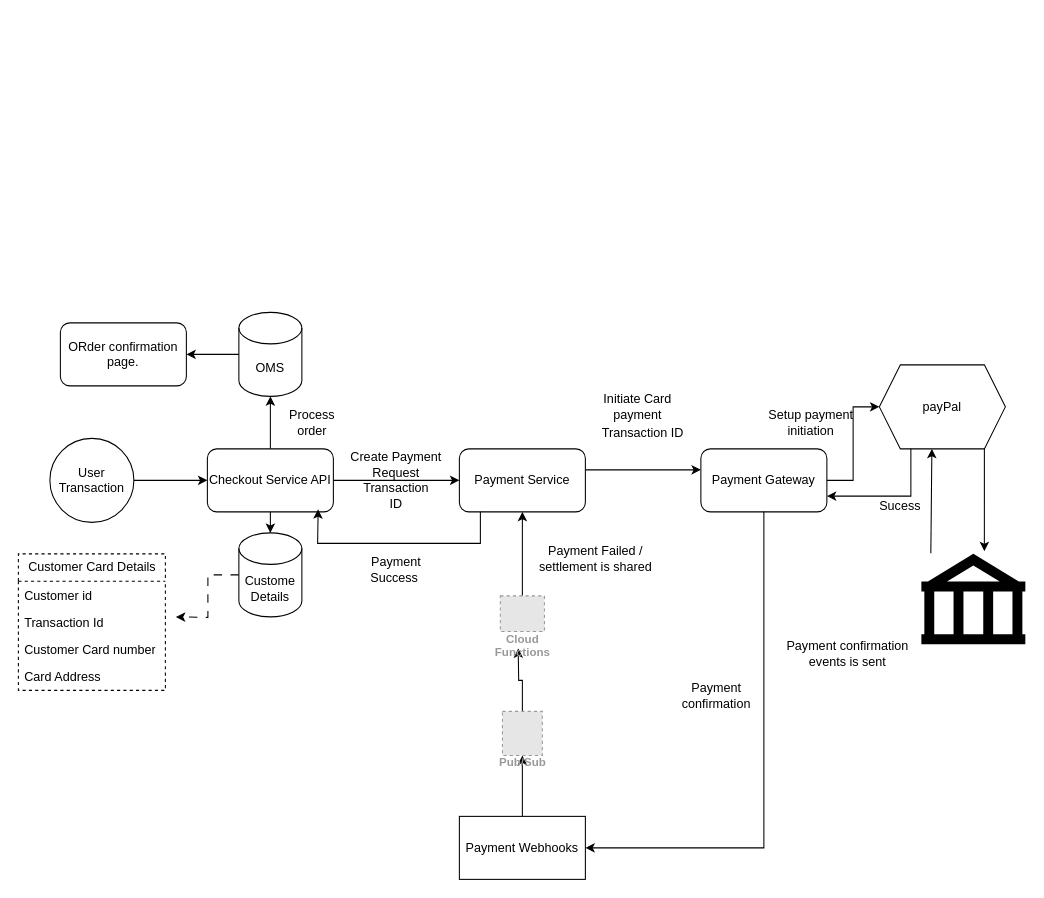
Above: Payment.drawio in chkamal2006/FlowChart (draw.io), before the change. Source tidied: cells renumbered, new cells numbered last; positions are measured from the earlier drawing's top-left corner, leaving out a move shared by most shapes. Both pictures are drawn from the tidied source at 105%, with x=0, y=0 at pixel (18, 312). Pictures stored in the file or linked from it are replaced by grey dashed boxes.
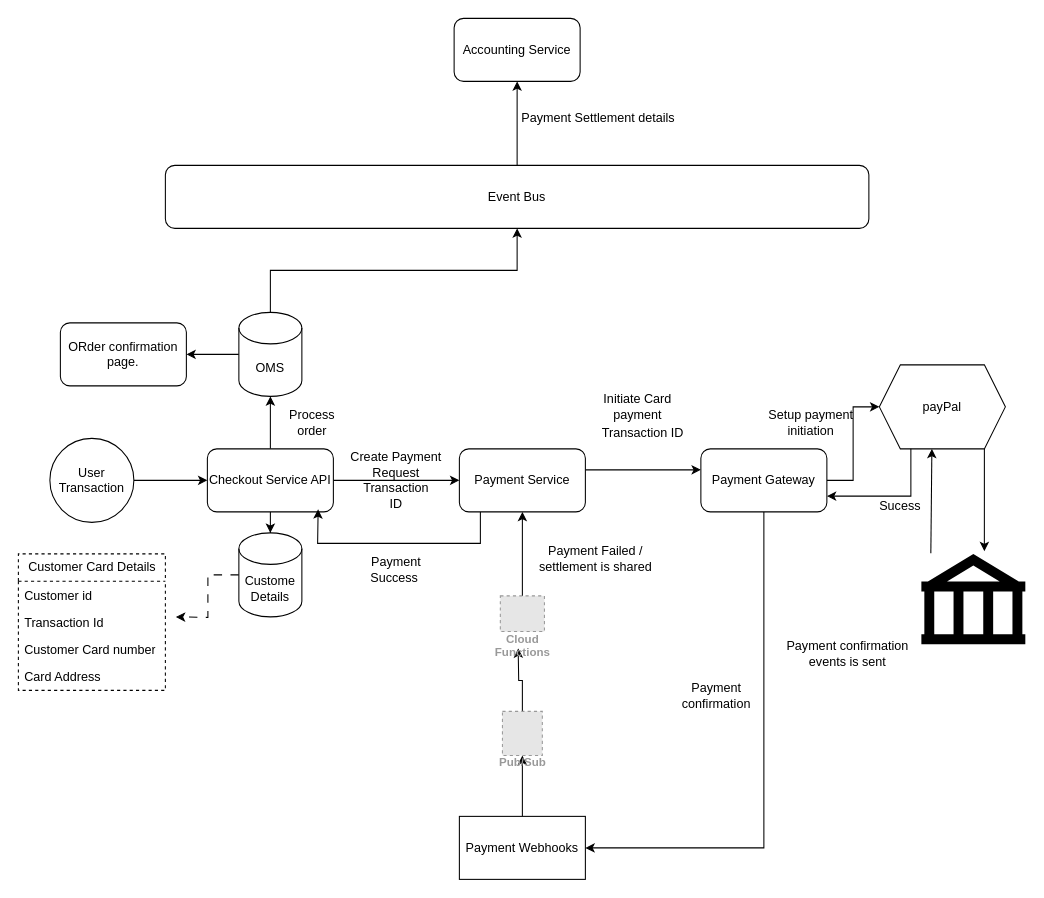
Above is the later version.

Unchanged cells that the change refers to:
```xml
<mxCell id="42" value="OMS" style="shape=cylinder3;whiteSpace=wrap;html=1;boundedLbl=1;backgroundOutline=1;size=15;" parent="1" vertex="1">
  <mxGeometry x="210" width="60" height="80" as="geometry" />
</mxCell>
```

Diff of the diagram source:
```diff
@@
+    <mxCell id="46" style="edgeStyle=orthogonalEdgeStyle;rounded=0;jettySize=auto;html=1;" parent="1" edge="1" source="42" target="48">
+      <mxGeometry relative="1" as="geometry" />
+    </mxCell>
@@
+    <mxCell id="47" style="edgeStyle=orthogonalEdgeStyle;rounded=0;jettySize=auto;html=1;" parent="1" edge="1" source="48" target="49">
+      <mxGeometry relative="1" as="geometry" />
+    </mxCell>
+    <mxCell id="48" value="Event Bus" style="rounded=1;whiteSpace=wrap;html=1;" parent="1" vertex="1">
+      <mxGeometry x="140" y="-140" width="670" height="60" as="geometry" />
+    </mxCell>
+    <mxCell id="49" value="Accounting Service" style="whiteSpace=wrap;html=1;rounded=1;" parent="1" vertex="1">
+      <mxGeometry x="415" y="-280" width="120" height="60" as="geometry" />
+    </mxCell>
+    <mxCell id="50" value="Payment Settlement details" style="text;html=1;strokeColor=none;fillColor=none;align=center;verticalAlign=middle;whiteSpace=wrap;rounded=0;" parent="1" vertex="1">
+      <mxGeometry x="475" y="-200" width="155" height="30" as="geometry" />
+    </mxCell>
```
